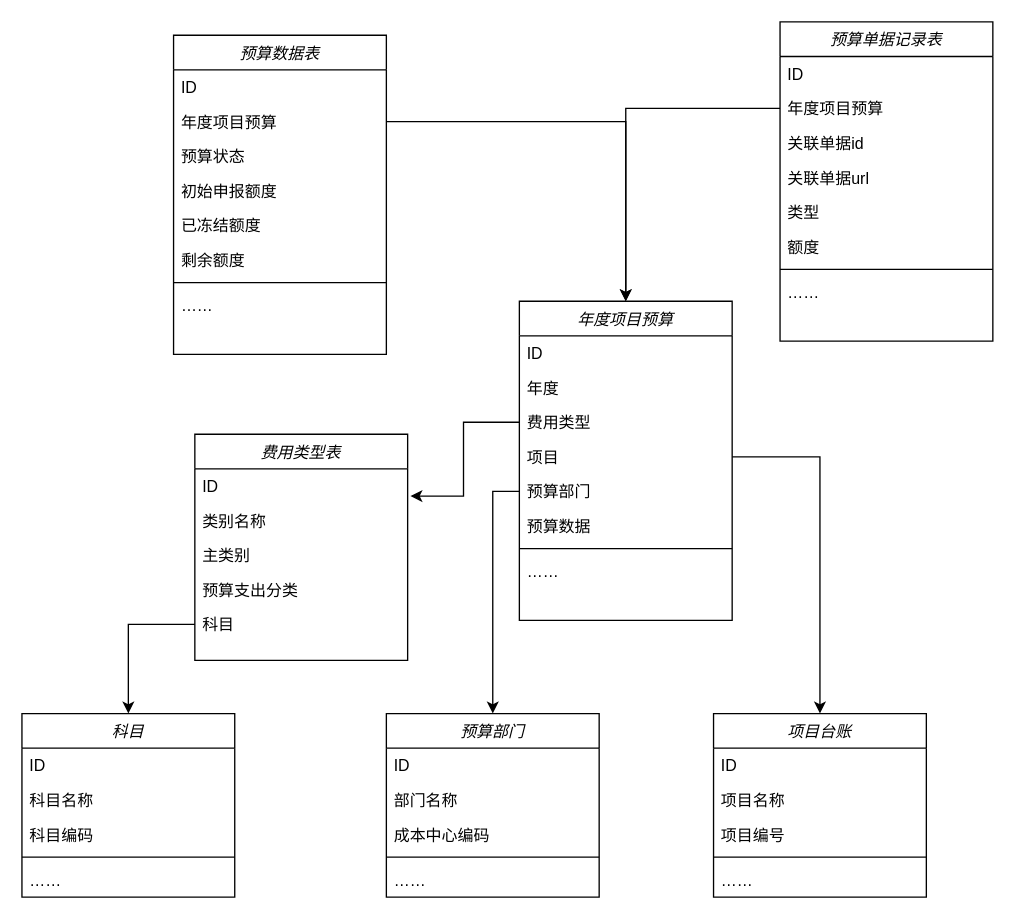
The draw.io diagram draw/Untitled Diagram.drawio in titanzhi/drawfiiles, before the edit. Source tidied: cells renumbered, new cells numbered last; positions are measured from the earlier drawing's top-left corner, leaving out a move shared by most shapes. Both pictures are drawn from the tidied source at 133%, with x=0, y=0 at pixel (21, 21).
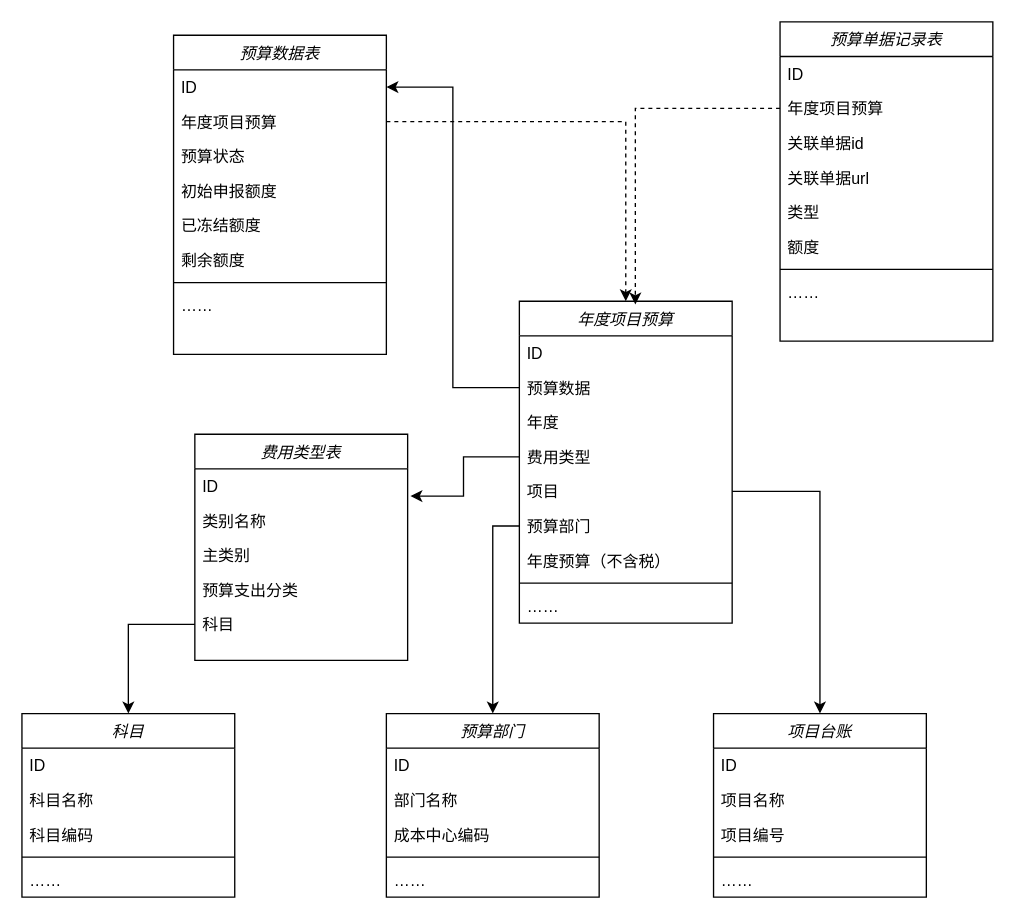
Above is the later version.

Unchanged cells that the change refers to:
```xml
<mxCell id="40" value="ID" style="text;align=left;verticalAlign=top;spacingLeft=4;spacingRight=4;overflow=hidden;points=[[0,0.5],[1,0.5]];portConstraint=eastwest;" parent="39" vertex="1">
  <mxGeometry y="26" width="160" height="26" as="geometry" />
</mxCell>
<mxCell id="41" value="年度项目预算" style="text;align=left;verticalAlign=top;spacingLeft=4;spacingRight=4;overflow=hidden;points=[[0,0.5],[1,0.5]];portConstraint=eastwest;rounded=0;shadow=0;html=0;" parent="39" vertex="1">
  <mxGeometry y="52" width="160" height="26" as="geometry" />
</mxCell>
<mxCell id="51" value="年度项目预算" style="text;align=left;verticalAlign=top;spacingLeft=4;spacingRight=4;overflow=hidden;points=[[0,0.5],[1,0.5]];portConstraint=eastwest;rounded=0;shadow=0;html=0;" parent="49" vertex="1">
  <mxGeometry y="52" width="160" height="26" as="geometry" />
</mxCell>
```

Diff of the diagram source:
```diff
@@
     <mxCell id="27" value="年度项目预算" style="swimlane;fontStyle=2;align=center;verticalAlign=top;horizontal=1;startSize=26;rounded=0;shadow=0;strokeWidth=1;" parent="1" vertex="1">
-      <mxGeometry x="374" y="210" width="160" height="240" as="geometry" />
+      <mxGeometry x="374" y="210" width="160" height="242" as="geometry" />
     </mxCell>
@@
+    <mxCell id="33" value="预算数据" style="text;align=left;verticalAlign=top;spacingLeft=4;spacingRight=4;overflow=hidden;points=[[0,0.5],[1,0.5]];portConstraint=eastwest;rounded=0;shadow=0;html=0;" parent="27" vertex="1">
+      <mxGeometry y="52" width="160" height="26" as="geometry" />
+    </mxCell>
     <mxCell id="29" value="年度" style="text;align=left;verticalAlign=top;spacingLeft=4;spacingRight=4;overflow=hidden;rounded=0;shadow=0;html=0;" parent="27" vertex="1">
-      <mxGeometry y="52" width="160" height="26" as="geometry" />
+      <mxGeometry y="78" width="160" height="26" as="geometry" />
     </mxCell>
     <mxCell id="30" value="费用类型" style="text;align=left;verticalAlign=top;spacingLeft=4;spacingRight=4;overflow=hidden;points=[[0,0.5],[1,0.5]];portConstraint=eastwest;rounded=0;shadow=0;html=0;" parent="27" vertex="1">
-      <mxGeometry y="78" width="160" height="26" as="geometry" />
+      <mxGeometry y="104" width="160" height="26" as="geometry" />
     </mxCell>
     <mxCell id="31" value="项目" style="text;align=left;verticalAlign=top;spacingLeft=4;spacingRight=4;overflow=hidden;points=[[0,0.5],[1,0.5]];portConstraint=eastwest;rounded=0;shadow=0;html=0;" parent="27" vertex="1">
-      <mxGeometry y="104" width="160" height="26" as="geometry" />
+      <mxGeometry y="130" width="160" height="26" as="geometry" />
     </mxCell>
     <mxCell id="32" value="预算部门" style="text;align=left;verticalAlign=top;spacingLeft=4;spacingRight=4;overflow=hidden;points=[[0,0.5],[1,0.5]];portConstraint=eastwest;rounded=0;shadow=0;html=0;" parent="27" vertex="1">
-      <mxGeometry y="130" width="160" height="26" as="geometry" />
+      <mxGeometry y="156" width="160" height="26" as="geometry" />
     </mxCell>
-    <mxCell id="33" value="预算数据" style="text;align=left;verticalAlign=top;spacingLeft=4;spacingRight=4;overflow=hidden;points=[[0,0.5],[1,0.5]];portConstraint=eastwest;rounded=0;shadow=0;html=0;" parent="27" vertex="1">
-      <mxGeometry y="156" width="160" height="26" as="geometry" />
-    </mxCell>
+    <mxCell id="59" value="年度预算（不含税）" style="text;align=left;verticalAlign=top;spacingLeft=4;spacingRight=4;overflow=hidden;rounded=0;shadow=0;html=0;" parent="27" vertex="1">
+      <mxGeometry y="182" width="160" height="26" as="geometry" />
+    </mxCell>
     <mxCell id="34" style="line;html=1;strokeWidth=1;align=left;verticalAlign=middle;spacingTop=-1;spacingLeft=3;spacingRight=3;labelPosition=right;" parent="27" vertex="1">
-      <mxGeometry y="182" width="160" height="8" as="geometry" />
+      <mxGeometry y="208" width="160" height="8" as="geometry" />
     </mxCell>
     <mxCell id="35" value="……" style="text;align=left;verticalAlign=top;spacingLeft=4;spacingRight=4;overflow=hidden;" parent="27" vertex="1">
-      <mxGeometry y="190" width="160" height="26" as="geometry" />
+      <mxGeometry y="216" width="160" height="26" as="geometry" />
     </mxCell>
@@
-    <mxCell id="48" style="edgeStyle=orthogonalEdgeStyle;rounded=0;jettySize=auto;html=1;" parent="1" edge="1" source="41" target="27">
-      <mxGeometry relative="1" as="geometry" />
-    </mxCell>
@@
+    <mxCell id="60" style="edgeStyle=orthogonalEdgeStyle;rounded=0;jettySize=auto;html=1;" parent="1" edge="1" source="33" target="40">
+      <mxGeometry relative="1" as="geometry" />
+    </mxCell>
+    <mxCell id="48" style="edgeStyle=orthogonalEdgeStyle;rounded=0;jettySize=auto;html=1;dashed=1;" parent="1" edge="1" source="41" target="27">
+      <mxGeometry relative="1" as="geometry" />
+    </mxCell>
-    <mxCell id="58" style="edgeStyle=orthogonalEdgeStyle;rounded=0;jettySize=auto;html=1;entryX=0.5;entryY=0;entryDx=0;entryDy=0;" parent="1" edge="1" source="51" target="27">
+    <mxCell id="58" style="edgeStyle=orthogonalEdgeStyle;rounded=0;jettySize=auto;html=1;entryX=0.545;entryY=0.01;entryDx=0;entryDy=0;entryPerimeter=0;dashed=1;" parent="1" edge="1" source="51" target="27">
       <mxGeometry relative="1" as="geometry" />
     </mxCell>
```
